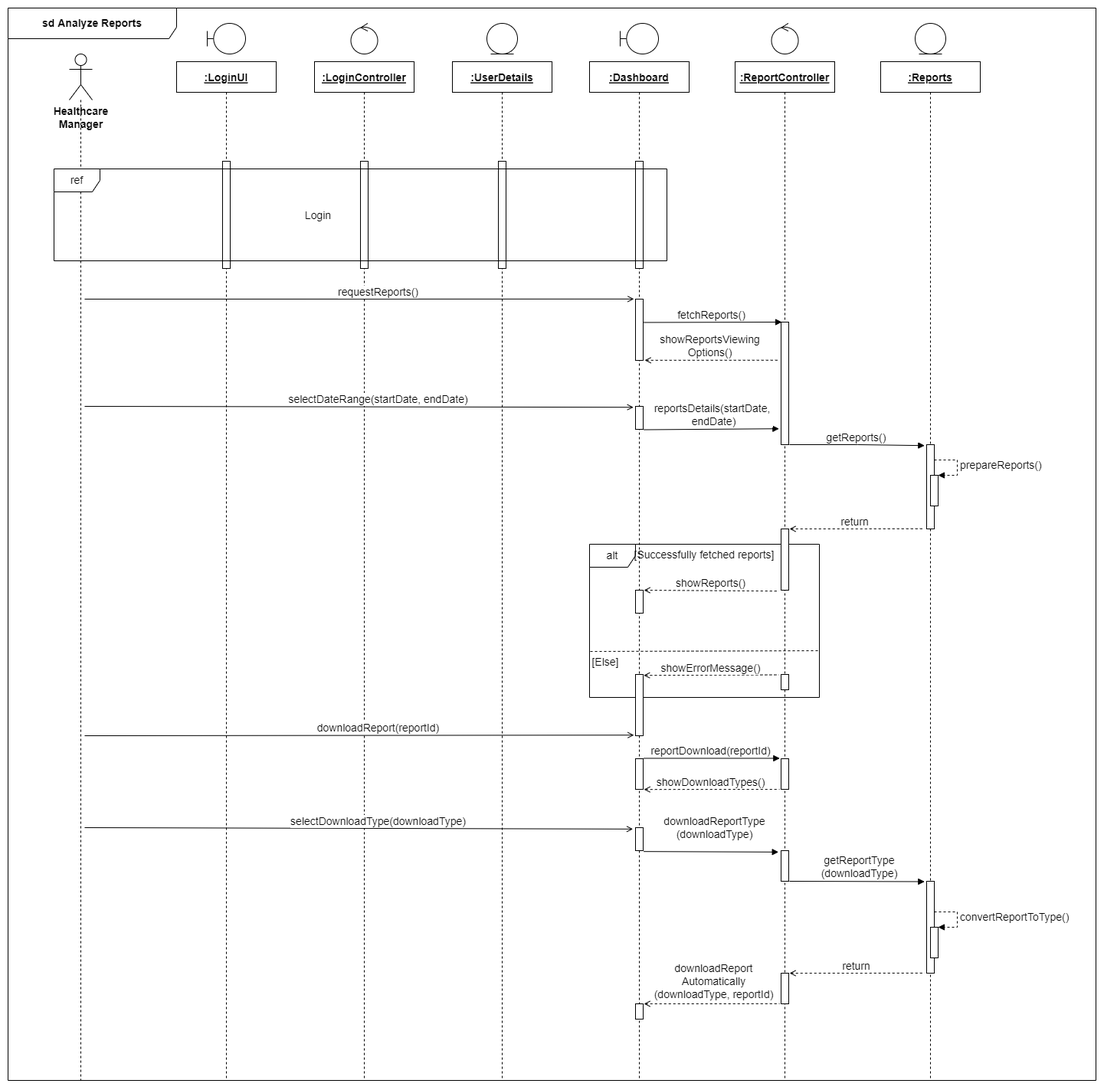
The draw.io diagram docs/sequence-diagrams/Healthcare Manager Report Analysis-Yohan.png in RadithSandeepa/healthcare-system, before a commit. Source tidied: cells renumbered, new cells last; positions are measured from the earlier drawing's top-left corner, leaving out a move shared by most shapes.
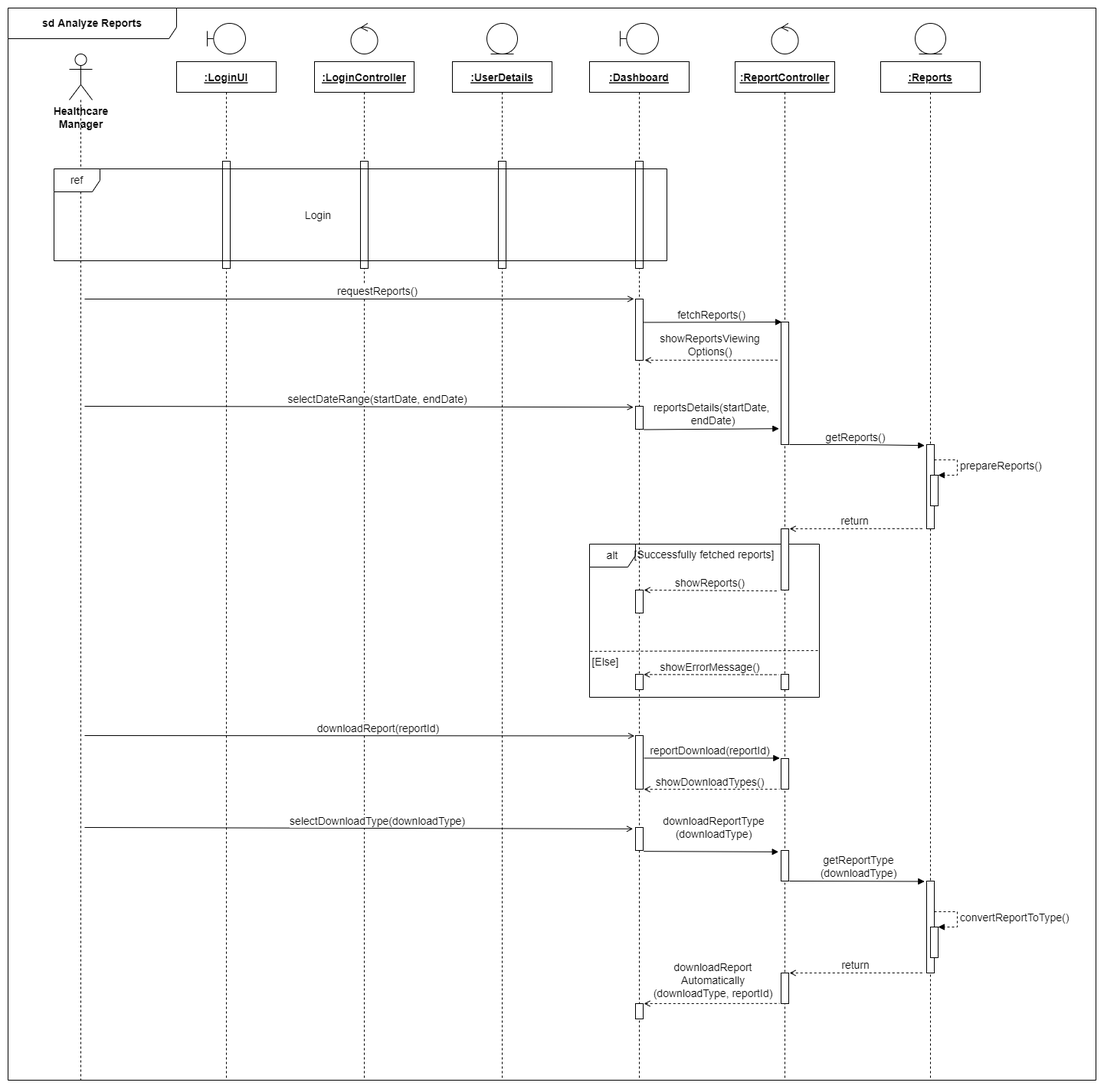
Later version of the same file.

Diff of the diagram source:
```diff
@@ -2,6 +2,9 @@
   <root>
     <mxCell id="0" />
     <mxCell id="1" parent="0" />
+    <mxCell id="79" value="&lt;b&gt;sd Analyze Reports&lt;/b&gt;" style="shape=umlFrame;whiteSpace=wrap;html=1;fontSize=14;width=220;height=40;" parent="1" vertex="1">
+      <mxGeometry width="1420" height="1400" as="geometry" />
+    </mxCell>
     <mxCell id="2" value="alt" style="shape=umlFrame;whiteSpace=wrap;html=1;fontSize=14;" parent="1" vertex="1">
       <mxGeometry x="759" y="700" width="300" height="200" as="geometry" />
     </mxCell>
@@ -82,7 +85,7 @@
       <mxGeometry x="60" y="690" width="10" height="30" as="geometry" />
     </mxCell>
     <mxCell id="25" style="html=1;points=[];perimeter=orthogonalPerimeter;fontSize=14;" parent="20" vertex="1">
-      <mxGeometry x="60" y="800" width="10" height="80" as="geometry" />
+      <mxGeometry x="60" y="800" width="10" height="20" as="geometry" />
     </mxCell>
     <mxCell id="26" style="html=1;points=[];perimeter=orthogonalPerimeter;fontSize=14;" parent="20" vertex="1">
       <mxGeometry x="60" y="1000" width="10" height="30" as="geometry" />
@@ -96,7 +99,7 @@
       </mxGeometry>
     </mxCell>
     <mxCell id="29" style="html=1;points=[];perimeter=orthogonalPerimeter;fontSize=14;" parent="20" vertex="1">
-      <mxGeometry x="60" y="910" width="10" height="40" as="geometry" />
+      <mxGeometry x="60" y="880" width="10" height="70" as="geometry" />
     </mxCell>
     <mxCell id="30" value="ref" style="shape=umlFrame;whiteSpace=wrap;html=1;fontSize=14;" parent="1" vertex="1">
       <mxGeometry x="60" y="210" width="800" height="120" as="geometry" />
@@ -250,7 +253,7 @@
         <mxPoint x="-11" y="-10" as="offset" />
       </mxGeometry>
     </mxCell>
-    <mxCell id="68" style="endArrow=open;html=1;rounded=0;endFill=0;entryX=-0.2;entryY=0.99;entryDx=0;entryDy=0;entryPerimeter=0;fontSize=14;" parent="1" edge="1" target="25">
+    <mxCell id="68" style="endArrow=open;html=1;rounded=0;endFill=0;entryX=-0.14;entryY=0.006;entryDx=0;entryDy=0;entryPerimeter=0;fontSize=14;" parent="1" edge="1" target="29">
       <mxGeometry relative="1" as="geometry">
         <mxPoint x="100" y="950" as="sourcePoint" />
       </mxGeometry>
@@ -290,7 +293,7 @@
         <mxPoint x="-11" y="-10" as="offset" />
       </mxGeometry>
     </mxCell>
-    <mxCell id="77" style="endArrow=block;html=1;rounded=0;endFill=1;entryX=-0.168;entryY=-0.013;entryDx=0;entryDy=0;entryPerimeter=0;exitX=1.1;exitY=-0.013;exitDx=0;exitDy=0;exitPerimeter=0;fontSize=14;" parent="1" edge="1" source="29" target="37">
+    <mxCell id="77" style="endArrow=block;html=1;rounded=0;endFill=1;entryX=-0.168;entryY=-0.013;entryDx=0;entryDy=0;entryPerimeter=0;exitX=1.1;exitY=0.421;exitDx=0;exitDy=0;exitPerimeter=0;fontSize=14;" parent="1" edge="1" source="29" target="37">
       <mxGeometry relative="1" as="geometry" />
     </mxCell>
     <mxCell id="78" value="reportDownload(reportId)" style="edgeLabel;html=1;align=center;verticalAlign=middle;fontSize=14;" parent="77" vertex="1">
@@ -298,8 +301,5 @@
         <mxPoint x="-11" y="-10" as="offset" />
       </mxGeometry>
     </mxCell>
-    <mxCell id="79" value="&lt;b&gt;sd Analyze Reports&lt;/b&gt;" style="shape=umlFrame;whiteSpace=wrap;html=1;fontSize=14;width=220;height=40;" parent="1" vertex="1">
-      <mxGeometry width="1420" height="1400" as="geometry" />
-    </mxCell>
   </root>
 </mxGraphModel>
```
